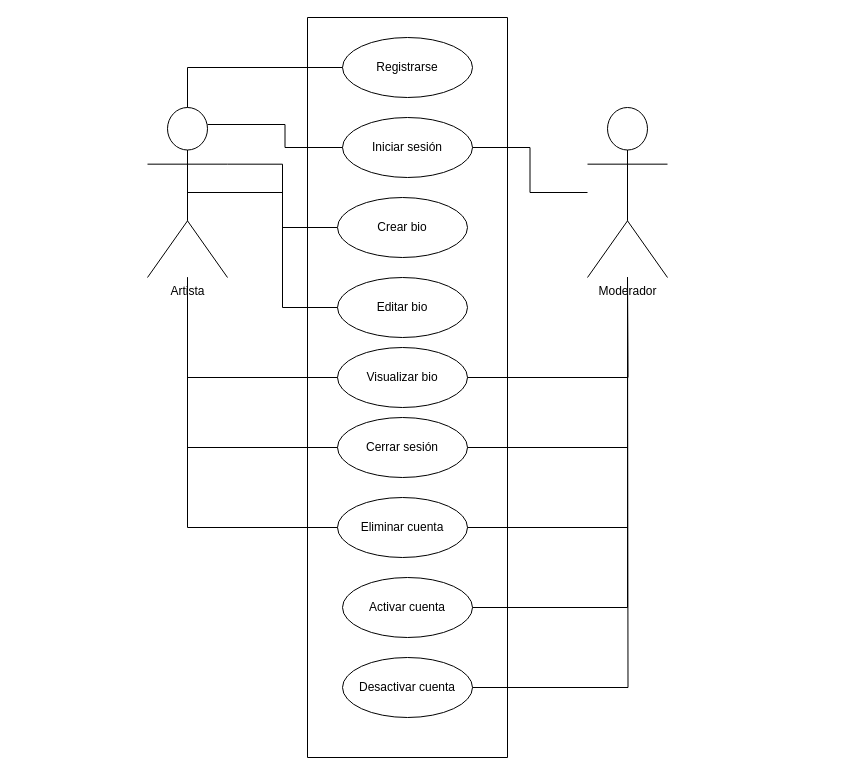
This is Casos_de_Uso.drawio from luismtapia/Artline-API, a draw.io file, before an edit. Source tidied: cells renumbered, new cells numbered last; positions are measured from the earlier drawing's top-left corner, leaving out a move shared by most shapes. Both pictures are drawn from the tidied source at 100%, with x=0, y=0 at pixel (147, 17).
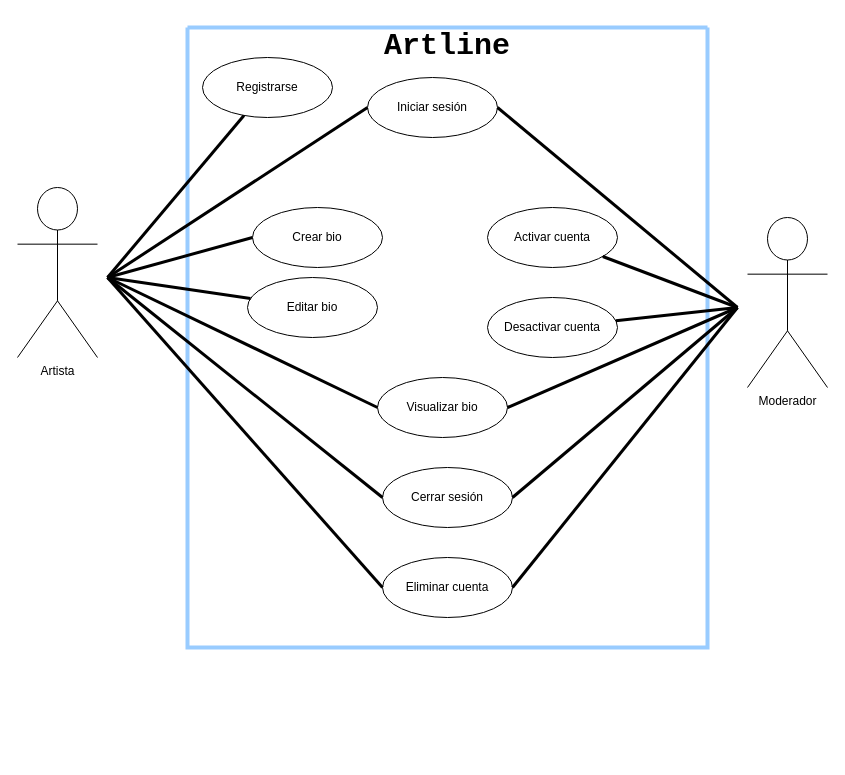
The same page after the edit.

What changed in the source:
```diff
@@
     <mxCell id="2" value="Artista" style="shape=umlActor;verticalLabelPosition=bottom;verticalAlign=top;html=1;outlineConnect=0;" parent="1" vertex="1">
-      <mxGeometry y="90" width="80" height="170" as="geometry" />
+      <mxGeometry x="-130" y="170" width="80" height="170" as="geometry" />
     </mxCell>
-    <mxCell id="3" style="swimlane;startSize=0;" parent="1" vertex="1">
-      <mxGeometry x="160" width="200" height="740" as="geometry" />
+    <mxCell id="3" style="swimlane;startSize=0;strokeWidth=4;fillColor=#99FFFF;strokeColor=#99CCFF;" parent="1" vertex="1">
+      <mxGeometry x="40" y="10" width="520" height="620" as="geometry" />
     </mxCell>
     <mxCell id="4" value="Registrarse" style="ellipse;whiteSpace=wrap;html=1;" parent="3" vertex="1">
-      <mxGeometry x="35" y="20" width="130" height="60" as="geometry" />
+      <mxGeometry x="15" y="30" width="130" height="60" as="geometry" />
     </mxCell>
     <mxCell id="5" value="Iniciar sesión" style="ellipse;whiteSpace=wrap;html=1;" parent="3" vertex="1">
-      <mxGeometry x="35" y="100" width="130" height="60" as="geometry" />
+      <mxGeometry x="180" y="50" width="130" height="60" as="geometry" />
     </mxCell>
     <mxCell id="6" value="Editar bio" style="ellipse;whiteSpace=wrap;html=1;" parent="3" vertex="1">
-      <mxGeometry x="30" y="260" width="130" height="60" as="geometry" />
+      <mxGeometry x="60" y="250" width="130" height="60" as="geometry" />
     </mxCell>
     <mxCell id="7" value="Cerrar sesión" style="ellipse;whiteSpace=wrap;html=1;" parent="3" vertex="1">
-      <mxGeometry x="30" y="400" width="130" height="60" as="geometry" />
+      <mxGeometry x="195" y="440" width="130" height="60" as="geometry" />
     </mxCell>
     <mxCell id="8" value="Eliminar cuenta" style="ellipse;whiteSpace=wrap;html=1;" parent="3" vertex="1">
-      <mxGeometry x="30" y="480" width="130" height="60" as="geometry" />
+      <mxGeometry x="195" y="530" width="130" height="60" as="geometry" />
     </mxCell>
     <mxCell id="9" value="Visualizar bio" style="ellipse;whiteSpace=wrap;html=1;" parent="3" vertex="1">
-      <mxGeometry x="30" y="330" width="130" height="60" as="geometry" />
+      <mxGeometry x="190" y="350" width="130" height="60" as="geometry" />
     </mxCell>
     <mxCell id="10" value="Activar cuenta" style="ellipse;whiteSpace=wrap;html=1;" parent="3" vertex="1">
-      <mxGeometry x="35" y="560" width="130" height="60" as="geometry" />
+      <mxGeometry x="300" y="180" width="130" height="60" as="geometry" />
     </mxCell>
     <mxCell id="11" value="Desactivar cuenta" style="ellipse;whiteSpace=wrap;html=1;" parent="3" vertex="1">
-      <mxGeometry x="35" y="640" width="130" height="60" as="geometry" />
+      <mxGeometry x="300" y="270" width="130" height="60" as="geometry" />
     </mxCell>
+    <mxCell id="14" value="Crear bio" style="ellipse;whiteSpace=wrap;html=1;" parent="3" vertex="1">
+      <mxGeometry x="65" y="180" width="130" height="60" as="geometry" />
+    </mxCell>
+    <mxCell id="27" value="Artline" style="text;align=center;fontStyle=1;verticalAlign=middle;spacingLeft=3;spacingRight=3;strokeWidth=1;fontSize=30;fontFamily=Courier New;" parent="3" vertex="1">
+      <mxGeometry x="220" width="80" height="26" as="geometry" />
+    </mxCell>
     <mxCell id="12" value="Moderador" style="shape=umlActor;verticalLabelPosition=bottom;verticalAlign=top;html=1;outlineConnect=0;" parent="1" vertex="1">
-      <mxGeometry x="440" y="90" width="80" height="170" as="geometry" />
+      <mxGeometry x="600" y="200" width="80" height="170" as="geometry" />
     </mxCell>
-    <mxCell id="13" style="edgeStyle=orthogonalEdgeStyle;rounded=0;jettySize=auto;html=1;exitX=0;exitY=0.5;exitDx=0;exitDy=0;entryX=1;entryY=0.3333333333333333;entryDx=0;entryDy=0;entryPerimeter=0;endArrow=none;endFill=0;" parent="1" edge="1" source="14" target="2">
-      <mxGeometry relative="1" as="geometry" />
+    <mxCell id="13" style="rounded=0;jettySize=auto;html=1;exitX=0;exitY=0.5;exitDx=0;exitDy=0;endArrow=none;endFill=0;strokeWidth=3;" parent="1" edge="1" source="14">
+      <mxGeometry relative="1" as="geometry">
+        <mxPoint x="-40" y="260" as="targetPoint" />
+      </mxGeometry>
     </mxCell>
-    <mxCell id="14" value="Crear bio" style="ellipse;whiteSpace=wrap;html=1;" parent="1" vertex="1">
-      <mxGeometry x="190" y="180" width="130" height="60" as="geometry" />
-    </mxCell>
-    <mxCell id="15" style="rounded=0;jettySize=auto;html=1;exitX=0;exitY=0.5;exitDx=0;exitDy=0;edgeStyle=orthogonalEdgeStyle;strokeWidth=1;endArrow=none;endFill=0;" parent="1" edge="1" source="4" target="2">
-      <mxGeometry relative="1" as="geometry" />
-    </mxCell>
-    <mxCell id="16" style="edgeStyle=orthogonalEdgeStyle;rounded=0;jettySize=auto;html=1;exitX=0;exitY=0.5;exitDx=0;exitDy=0;entryX=0.75;entryY=0.1;entryDx=0;entryDy=0;entryPerimeter=0;endArrow=none;endFill=0;" parent="1" edge="1" source="5" target="2">
-      <mxGeometry relative="1" as="geometry" />
+    <mxCell id="16" style="rounded=0;jettySize=auto;html=1;exitX=0;exitY=0.5;exitDx=0;exitDy=0;endArrow=none;endFill=0;strokeWidth=3;" parent="1" edge="1" source="5">
+      <mxGeometry relative="1" as="geometry">
+        <mxPoint x="-40" y="260" as="targetPoint" />
+      </mxGeometry>
     </mxCell>
-    <mxCell id="17" style="edgeStyle=orthogonalEdgeStyle;rounded=0;jettySize=auto;html=1;entryX=0.5;entryY=0.5;entryDx=0;entryDy=0;entryPerimeter=0;endArrow=none;endFill=0;" parent="1" edge="1" source="6" target="2">
-      <mxGeometry relative="1" as="geometry" />
+    <mxCell id="17" style="rounded=0;jettySize=auto;html=1;endArrow=none;endFill=0;strokeWidth=3;" parent="1" edge="1" source="6">
+      <mxGeometry relative="1" as="geometry">
+        <mxPoint x="-40" y="260" as="targetPoint" />
+      </mxGeometry>
     </mxCell>
-    <mxCell id="18" style="edgeStyle=orthogonalEdgeStyle;rounded=0;jettySize=auto;html=1;exitX=0;exitY=0.5;exitDx=0;exitDy=0;endArrow=none;endFill=0;" parent="1" edge="1" source="9" target="2">
-      <mxGeometry relative="1" as="geometry" />
+    <mxCell id="18" style="rounded=0;jettySize=auto;html=1;exitX=0;exitY=0.5;exitDx=0;exitDy=0;endArrow=none;endFill=0;strokeWidth=3;" parent="1" edge="1" source="9">
+      <mxGeometry relative="1" as="geometry">
+        <mxPoint x="-40" y="260" as="targetPoint" />
+      </mxGeometry>
     </mxCell>
-    <mxCell id="19" style="edgeStyle=orthogonalEdgeStyle;rounded=0;jettySize=auto;html=1;exitX=0;exitY=0.5;exitDx=0;exitDy=0;endArrow=none;endFill=0;" parent="1" edge="1" source="7" target="2">
-      <mxGeometry relative="1" as="geometry" />
+    <mxCell id="19" style="rounded=0;jettySize=auto;html=1;exitX=0;exitY=0.5;exitDx=0;exitDy=0;endArrow=none;endFill=0;strokeWidth=3;" parent="1" edge="1" source="7">
+      <mxGeometry relative="1" as="geometry">
+        <mxPoint x="-40" y="260" as="targetPoint" />
+      </mxGeometry>
     </mxCell>
-    <mxCell id="20" style="edgeStyle=orthogonalEdgeStyle;rounded=0;jettySize=auto;html=1;endArrow=none;endFill=0;" parent="1" edge="1" source="8" target="2">
-      <mxGeometry relative="1" as="geometry" />
+    <mxCell id="20" style="rounded=0;jettySize=auto;html=1;endArrow=none;endFill=0;strokeWidth=3;exitX=0;exitY=0.5;exitDx=0;exitDy=0;" parent="1" edge="1" source="8">
+      <mxGeometry relative="1" as="geometry">
+        <mxPoint x="-40" y="260" as="targetPoint" />
+      </mxGeometry>
     </mxCell>
-    <mxCell id="21" style="edgeStyle=orthogonalEdgeStyle;rounded=0;jettySize=auto;html=1;endArrow=none;endFill=0;" parent="1" edge="1" source="10" target="12">
-      <mxGeometry relative="1" as="geometry" />
+    <mxCell id="21" style="rounded=0;jettySize=auto;html=1;endArrow=none;endFill=0;strokeWidth=3;" parent="1" edge="1" source="10">
+      <mxGeometry relative="1" as="geometry">
+        <mxPoint x="590" y="290" as="targetPoint" />
+      </mxGeometry>
     </mxCell>
-    <mxCell id="22" style="edgeStyle=orthogonalEdgeStyle;rounded=0;jettySize=auto;html=1;exitX=1;exitY=0.5;exitDx=0;exitDy=0;endArrow=none;endFill=0;" parent="1" edge="1" source="8" target="12">
-      <mxGeometry relative="1" as="geometry" />
+    <mxCell id="22" style="rounded=0;jettySize=auto;html=1;exitX=1;exitY=0.5;exitDx=0;exitDy=0;endArrow=none;endFill=0;strokeWidth=3;" parent="1" edge="1" source="8">
+      <mxGeometry relative="1" as="geometry">
+        <mxPoint x="590" y="290" as="targetPoint" />
+      </mxGeometry>
     </mxCell>
-    <mxCell id="23" style="edgeStyle=orthogonalEdgeStyle;rounded=0;jettySize=auto;html=1;endArrow=none;endFill=0;" parent="1" edge="1" source="11">
+    <mxCell id="23" style="rounded=0;jettySize=auto;html=1;endArrow=none;endFill=0;strokeWidth=3;" parent="1" edge="1" source="11">
       <mxGeometry relative="1" as="geometry">
-        <mxPoint x="480" y="260" as="targetPoint" />
+        <mxPoint x="590" y="290" as="targetPoint" />
       </mxGeometry>
     </mxCell>
-    <mxCell id="24" style="edgeStyle=orthogonalEdgeStyle;rounded=0;jettySize=auto;html=1;exitX=1;exitY=0.5;exitDx=0;exitDy=0;endArrow=none;endFill=0;" parent="1" edge="1" source="9">
+    <mxCell id="24" style="rounded=0;jettySize=auto;html=1;exitX=1;exitY=0.5;exitDx=0;exitDy=0;endArrow=none;endFill=0;strokeWidth=3;" parent="1" edge="1" source="9">
       <mxGeometry relative="1" as="geometry">
-        <mxPoint x="480" y="260" as="targetPoint" />
+        <mxPoint x="590" y="290" as="targetPoint" />
       </mxGeometry>
     </mxCell>
-    <mxCell id="25" style="edgeStyle=orthogonalEdgeStyle;rounded=0;jettySize=auto;html=1;exitX=1;exitY=0.5;exitDx=0;exitDy=0;endArrow=none;endFill=0;" parent="1" edge="1" source="5" target="12">
-      <mxGeometry relative="1" as="geometry" />
+    <mxCell id="25" style="rounded=0;jettySize=auto;html=1;exitX=1;exitY=0.5;exitDx=0;exitDy=0;endArrow=none;endFill=0;strokeWidth=3;" parent="1" edge="1" source="5">
+      <mxGeometry relative="1" as="geometry">
+        <mxPoint x="590" y="290" as="targetPoint" />
+      </mxGeometry>
     </mxCell>
-    <mxCell id="26" style="edgeStyle=orthogonalEdgeStyle;rounded=0;jettySize=auto;html=1;exitX=1;exitY=0.5;exitDx=0;exitDy=0;endArrow=none;endFill=0;" parent="1" edge="1" source="7" target="12">
-      <mxGeometry relative="1" as="geometry" />
+    <mxCell id="26" style="rounded=0;jettySize=auto;html=1;exitX=1;exitY=0.5;exitDx=0;exitDy=0;endArrow=none;endFill=0;strokeWidth=3;" parent="1" edge="1" source="7">
+      <mxGeometry relative="1" as="geometry">
+        <mxPoint x="590" y="290" as="targetPoint" />
+      </mxGeometry>
     </mxCell>
+    <mxCell id="28" style="rounded=0;jettySize=auto;html=1;endArrow=none;endFill=0;strokeWidth=3;" parent="1" edge="1" source="4">
+      <mxGeometry relative="1" as="geometry">
+        <mxPoint x="-40" y="260" as="targetPoint" />
+      </mxGeometry>
+    </mxCell>
```
